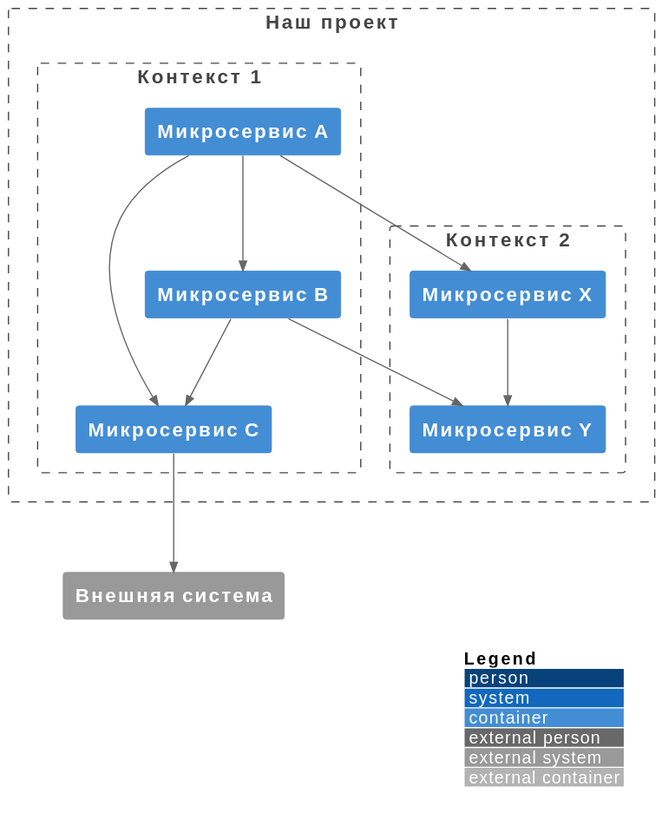
Before: architecture/Demo Coupling And Cohesion.svg, a diagram exported from PlantUML (Byndyusoft/aact). Source of this version:
```plantuml
@startuml
!include https://raw.githubusercontent.com/plantuml-stdlib/C4-PlantUML/master/C4_Container.puml
LAYOUT_WITH_LEGEND()

System_Ext(ext, "Внешняя система")

Boundary(boundary0, "Наш проект"){

        Boundary(boundary1, "Контекст 1"){
                Container(service1, "Микросервис A")
                Container(service2, "Микросервис B")
                Container(service3, "Микросервис C")
        }

        Boundary(boundary2, "Контекст 2"){
                Container(service4, "Микросервис X")
                Container(service5, "Микросервис Y")
        }
}

Rel(service1, service2, "")
Rel(service1, service3, "")
Rel(service2, service3, "")

Rel(service1, service4, "")
Rel(service2, service5, "")

Rel(service4, service5, "")

Rel(service3, ext, "")
@enduml
```
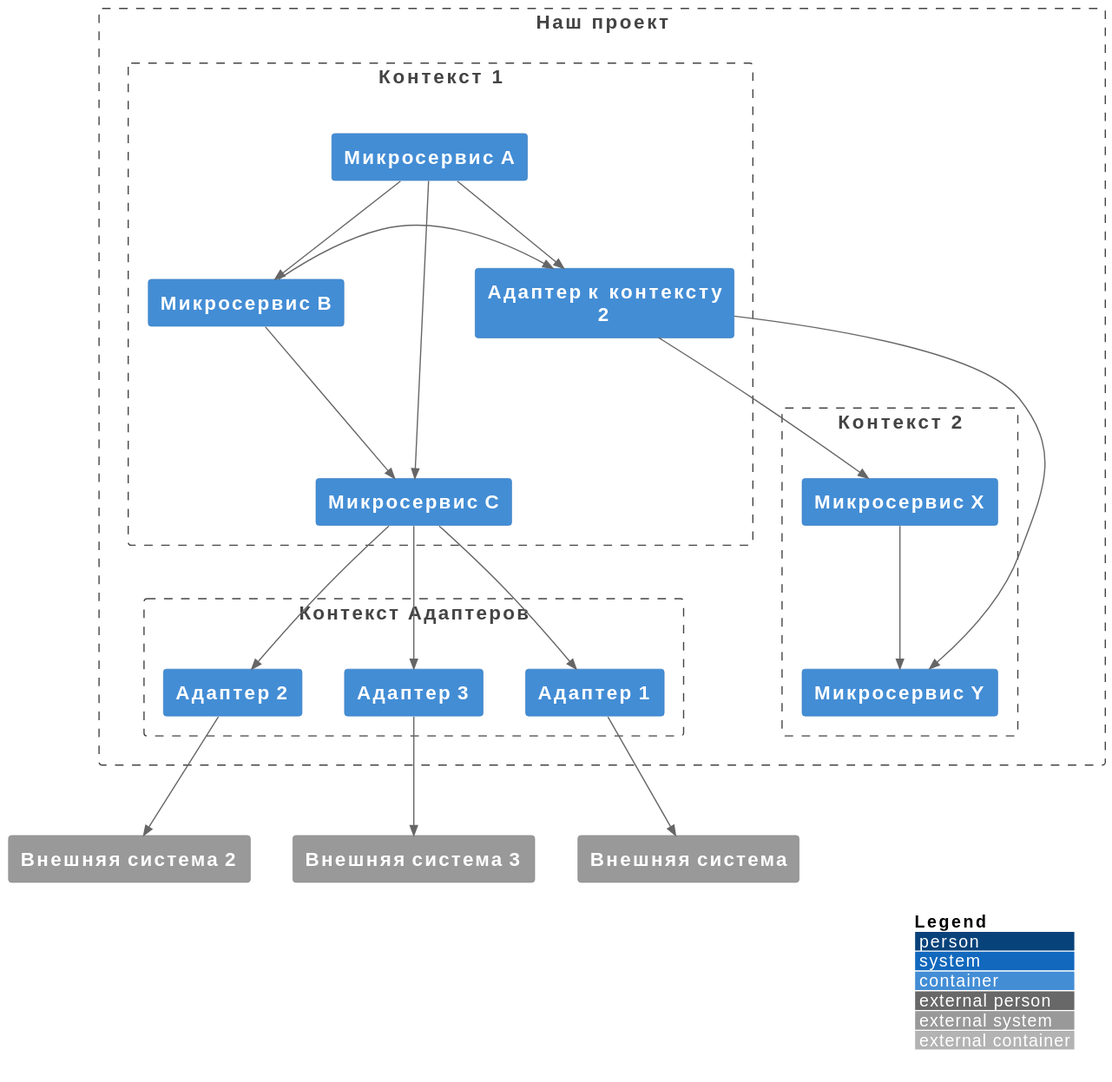
After the commit.

Diff of the diagram source:
```diff
@@ -3,6 +3,8 @@
 LAYOUT_WITH_LEGEND()
 
 System_Ext(ext, "Внешняя система")
+System_Ext(ext2, "Внешняя система 2")
+System_Ext(ext3, "Внешняя система 3")
 
 Boundary(boundary0, "Наш проект"){
 
@@ -10,11 +12,18 @@
                 Container(service1, "Микросервис A")
                 Container(service2, "Микросервис B")
                 Container(service3, "Микросервис C")
+                Container(service_a12, "Адаптер к контексту 2")
         }
 
         Boundary(boundary2, "Контекст 2"){
                 Container(service4, "Микросервис X")
                 Container(service5, "Микросервис Y")
+        }
+
+        Boundary(boundary3, "Контекст Адаптеров"){
+                Container(service_a1, "Адаптер 1")
+                Container(service_a2, "Адаптер 2")
+                Container(service_a3, "Адаптер 3")
         }
 }
 
@@ -22,10 +31,18 @@
 Rel(service1, service3, "")
 Rel(service2, service3, "")
 
-Rel(service1, service4, "")
-Rel(service2, service5, "")
+Rel_R(service1, service_a12, "")
+Rel_R(service2, service_a12, "")
+Rel(service_a12, service5, "")
+Rel(service_a12, service4, "")
 
 Rel(service4, service5, "")
 
-Rel(service3, ext, "")
+Rel(service3, service_a1, "")
+Rel(service3, service_a2, "")
+Rel(service3, service_a3, "")
+
+Rel(service_a1, ext, "")
+Rel(service_a2, ext2, "")
+Rel(service_a3, ext3, "")
 @enduml
```
